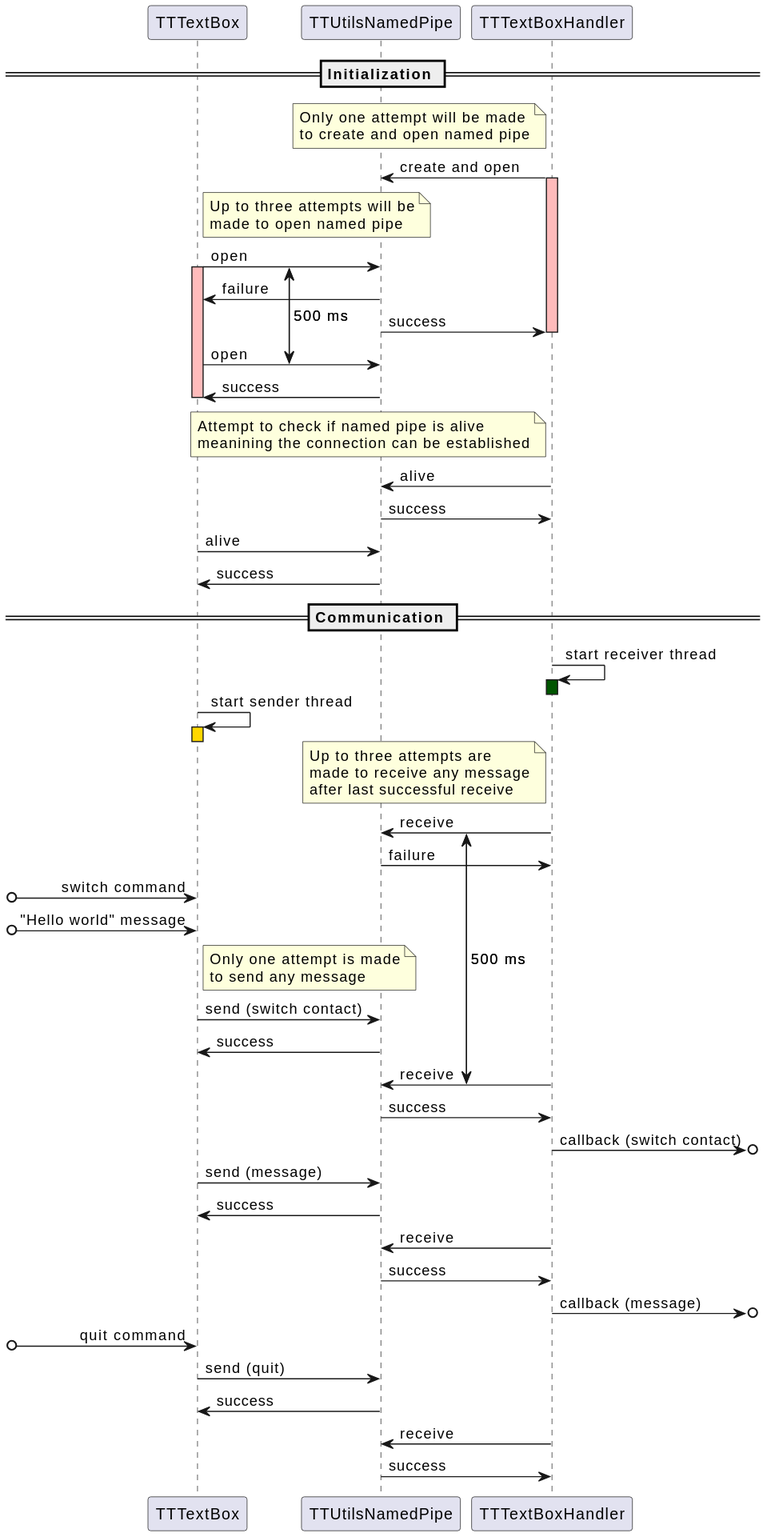
Before: textbox/doc/TTTextBoxCommunication.svg, a diagram exported from PlantUML (devmichalek/TerminalTeams).
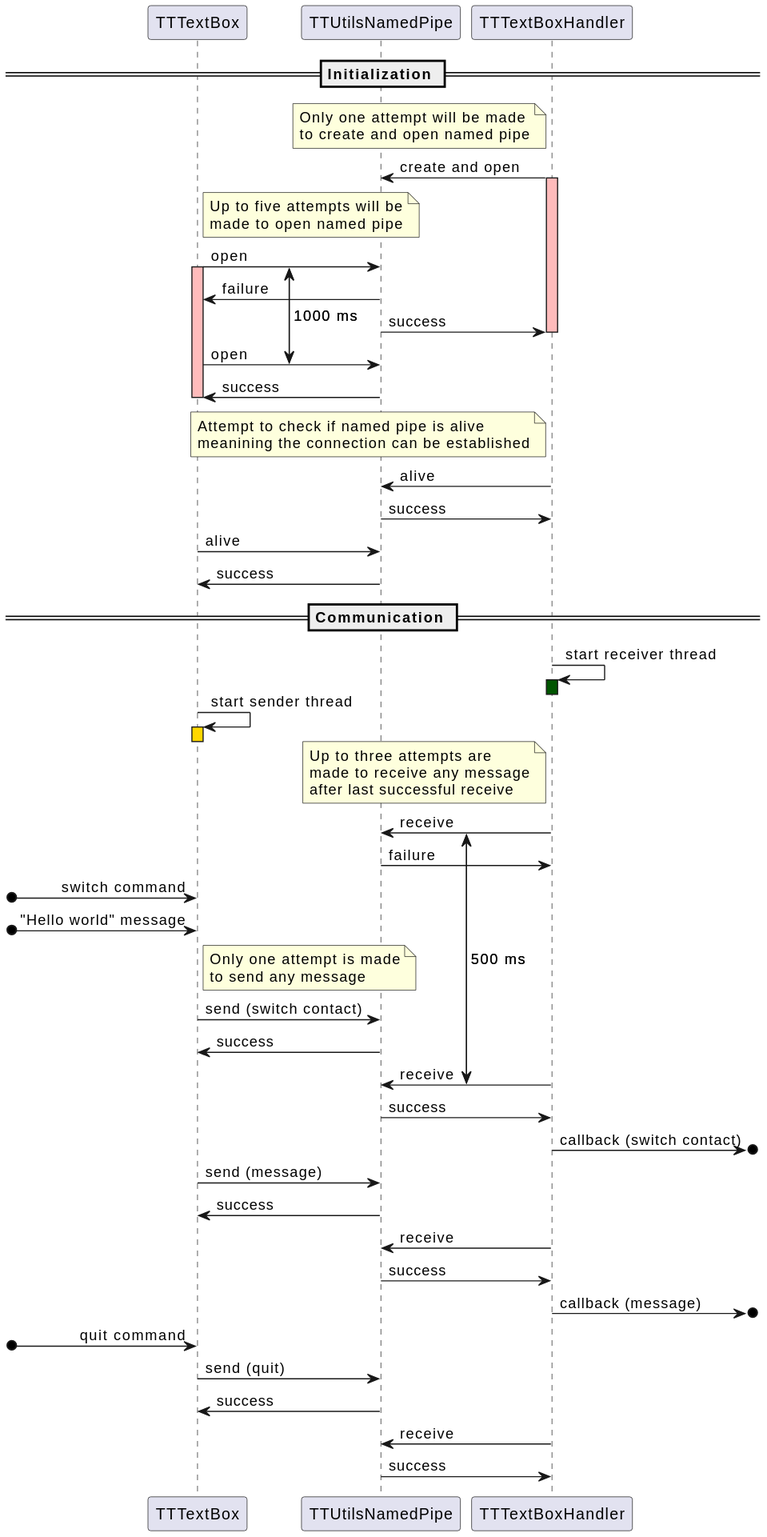
The same file after the commit.

What changed in the source:
```diff
@@ -13,7 +13,7 @@
 TTTextBoxHandler -> TTUtilsNamedPipe : create and open
 activate TTTextBoxHandler #FFBBBB
 note right of TTTextBox
-Up to three attempts will be
+Up to five attempts will be
 made to open named pipe
 end note
 {first_open} TTTextBox -> TTUtilsNamedPipe : open
@@ -22,7 +22,7 @@
 TTUtilsNamedPipe -> TTTextBoxHandler : success
 deactivate TTTextBoxHandler
 {second_open} TTTextBox -> TTUtilsNamedPipe : open
-{first_open} <-> {second_open} : 500 ms
+{first_open} <-> {second_open} : 1000 ms
 TTUtilsNamedPipe -> TTTextBox : success
 deactivate TTTextBox
 note left of TTTextBoxHandler
```
